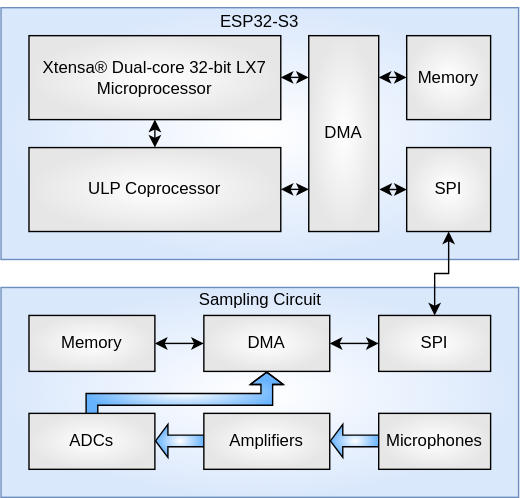
The draw.io diagram Figures/systemproposal.drawio.svg in UnknownDK/ES10-Drowning, before a commit. Source tidied: cells renumbered, new cells last; positions are measured from the earlier drawing's top-left corner, leaving out a move shared by most shapes.
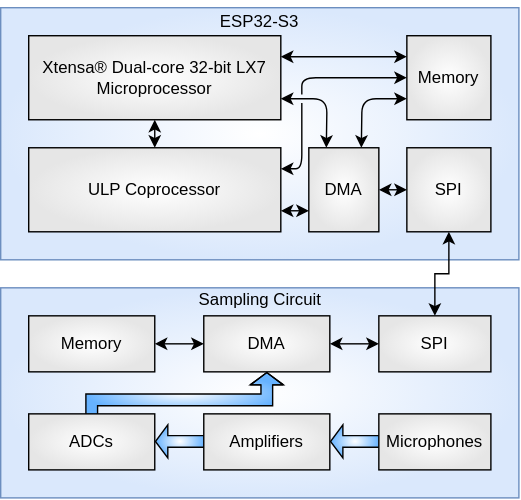
Above is the later version.

The edit, as a diff of the source:
```diff
@@ -39,25 +39,23 @@
       <mxGeometry x="20" y="105" width="180" height="60" as="geometry" />
     </mxCell>
     <mxCell id="10" value="DMA" style="rounded=0;whiteSpace=wrap;html=1;fillColor=default;gradientColor=#E6E6E6;gradientDirection=radial;" parent="1" vertex="1">
-      <mxGeometry x="220" y="25" width="50" height="140" as="geometry" />
+      <mxGeometry x="220" y="105" width="50" height="60" as="geometry" />
     </mxCell>
     <mxCell id="11" value="SPI" style="rounded=0;whiteSpace=wrap;html=1;fillColor=default;gradientColor=#E6E6E6;gradientDirection=radial;" parent="1" vertex="1">
       <mxGeometry x="290" y="105" width="60" height="60" as="geometry" />
     </mxCell>
-    <mxCell id="12" style="endArrow=classic;startArrow=classic;html=1;entryX=0;entryY=0.5;entryDx=0;entryDy=0;strokeWidth=1;jumpSize=6;exitX=1.01;exitY=0.785;exitDx=0;exitDy=0;exitPerimeter=0;" parent="1" edge="1" source="10" target="11">
+    <mxCell id="12" style="endArrow=classic;startArrow=classic;html=1;entryX=0;entryY=0.5;entryDx=0;entryDy=0;strokeWidth=1;jumpSize=6;exitX=1;exitY=0.5;exitDx=0;exitDy=0;" parent="1" edge="1" source="10" target="11">
       <mxGeometry relative="1" as="geometry" />
     </mxCell>
-    <mxCell id="13" style="endArrow=classic;startArrow=classic;html=1;entryX=0;entryY=0.5;entryDx=0;entryDy=0;strokeWidth=1;jumpSize=6;" parent="1" edge="1">
+    <mxCell id="13" style="endArrow=classic;startArrow=classic;html=1;entryX=0.25;entryY=0;entryDx=0;entryDy=0;strokeWidth=1;jumpSize=6;exitX=1;exitY=0.75;exitDx=0;exitDy=0;" parent="1" edge="1" source="8" target="10">
       <mxGeometry relative="1" as="geometry">
-        <mxPoint x="200" y="54.8" as="sourcePoint" />
-        <mxPoint x="220" y="54.8" as="targetPoint" />
+        <Array as="points">
+          <mxPoint x="233" y="70" />
+        </Array>
       </mxGeometry>
     </mxCell>
-    <mxCell id="14" style="endArrow=classic;startArrow=classic;html=1;entryX=0;entryY=0.5;entryDx=0;entryDy=0;strokeWidth=1;jumpSize=6;" parent="1" edge="1">
-      <mxGeometry relative="1" as="geometry">
-        <mxPoint x="200" y="134.9" as="sourcePoint" />
-        <mxPoint x="220" y="134.9" as="targetPoint" />
-      </mxGeometry>
+    <mxCell id="14" style="endArrow=classic;startArrow=classic;html=1;entryX=0;entryY=0.75;entryDx=0;entryDy=0;strokeWidth=1;jumpSize=6;exitX=1;exitY=0.75;exitDx=0;exitDy=0;" parent="1" edge="1" source="9" target="10">
+      <mxGeometry relative="1" as="geometry" />
     </mxCell>
     <mxCell id="15" style="endArrow=classic;startArrow=classic;html=1;entryX=0.5;entryY=0;entryDx=0;entryDy=0;strokeWidth=1;jumpSize=6;exitX=0.5;exitY=1;exitDx=0;exitDy=0;" parent="1" edge="1" source="8" target="9">
       <mxGeometry relative="1" as="geometry" />
@@ -97,14 +95,26 @@
     <mxCell id="25" value="Memory" style="rounded=0;whiteSpace=wrap;html=1;fillColor=default;gradientColor=#E6E6E6;gradientDirection=radial;" parent="1" vertex="1">
       <mxGeometry x="290" y="25" width="60" height="60" as="geometry" />
     </mxCell>
-    <mxCell id="26" style="endArrow=classic;startArrow=classic;html=1;entryX=0;entryY=0.5;entryDx=0;entryDy=0;strokeWidth=1;jumpSize=6;" parent="1" edge="1">
+    <mxCell id="26" style="endArrow=classic;startArrow=classic;html=1;entryX=0;entryY=0.75;entryDx=0;entryDy=0;strokeWidth=1;jumpSize=6;exitX=0.75;exitY=0;exitDx=0;exitDy=0;" parent="1" edge="1" source="10" target="25">
       <mxGeometry relative="1" as="geometry">
-        <mxPoint x="270" y="54.8" as="sourcePoint" />
-        <mxPoint x="290" y="54.8" as="targetPoint" />
+        <Array as="points">
+          <mxPoint x="258" y="70" />
+        </Array>
       </mxGeometry>
     </mxCell>
     <mxCell id="27" value="Sampling Circuit" style="text;html=1;strokeColor=none;fillColor=none;align=center;verticalAlign=middle;whiteSpace=wrap;rounded=0;" parent="1" vertex="1">
       <mxGeometry x="127.5" y="199" width="115" height="30" as="geometry" />
     </mxCell>
+    <mxCell id="28" style="endArrow=classic;startArrow=classic;html=1;exitX=1;exitY=0.25;exitDx=0;exitDy=0;entryX=0;entryY=0.5;entryDx=0;entryDy=0;jumpStyle=gap;" parent="1" edge="1" source="9" target="25">
+      <mxGeometry relative="1" as="geometry">
+        <Array as="points">
+          <mxPoint x="215" y="120" />
+          <mxPoint x="215" y="55" />
+        </Array>
+      </mxGeometry>
+    </mxCell>
+    <mxCell id="29" style="endArrow=classic;startArrow=classic;html=1;jumpStyle=gap;entryX=0;entryY=0.25;entryDx=0;entryDy=0;exitX=1;exitY=0.25;exitDx=0;exitDy=0;" parent="1" edge="1" source="8" target="25">
+      <mxGeometry relative="1" as="geometry" />
+    </mxCell>
   </root>
 </mxGraphModel>
```
